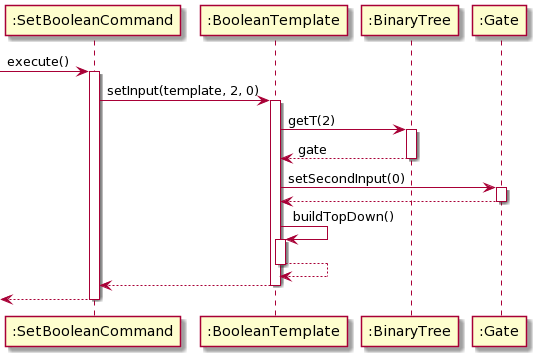
Before: docs/diagrams/SetBooleanCommand.png, a diagram exported from PlantUML (sevenseasofbri/tp).
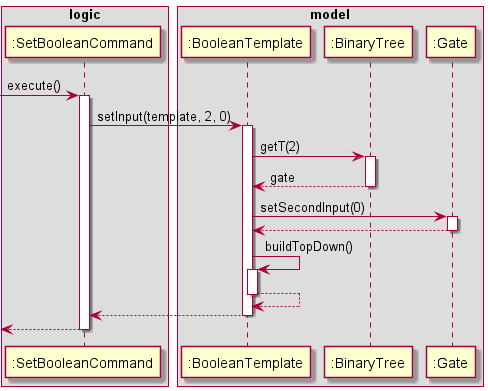
Later version of the same file.

Change to the diagram source:
```diff
@@ -1,31 +1,42 @@
 @startuml
-[-> ":SetBooleanCommand" : execute()
-activate ":SetBooleanCommand"
 
-":SetBooleanCommand" -> ":BooleanTemplate" : setInput(template, 2, 0)
-activate ":BooleanTemplate"
+box logic
+participant ":SetBooleanCommand" as Set
+end box
 
-":BooleanTemplate" -> ":BinaryTree" : getT(2)
-activate ":BinaryTree"
+box model
+participant ":BooleanTemplate" as Bool
+participant ":BinaryTree" as BT
+participant ":Gate" as Gate
+end box
 
-":BinaryTree" --> ":BooleanTemplate" : gate
-deactivate ":BinaryTree"
+[-> Set : execute()
+activate Set
 
-":BooleanTemplate" -> ":Gate" : setSecondInput(0)
-activate ":Gate"
+Set -> Bool : setInput(template, 2, 0)
+activate Bool
 
-":Gate" --> ":BooleanTemplate"
-deactivate ":Gate"
+Bool -> BT : getT(2)
+activate BT
 
-":BooleanTemplate" -> ":BooleanTemplate" : buildTopDown()
-activate ":BooleanTemplate"
+BT --> Bool : gate
+deactivate BT
 
-":BooleanTemplate" --> ":BooleanTemplate"
-deactivate ":BooleanTemplate"
+Bool -> Gate : setSecondInput(0)
+activate Gate
 
-":BooleanTemplate" --> ":SetBooleanCommand"
-deactivate ":BooleanTemplate"
+Gate --> Bool
+deactivate Gate
 
-[<-- ":SetBooleanCommand"
-deactivate ":SetBooleanCommand"
+Bool -> Bool : buildTopDown()
+activate Bool
+
+Bool --> Bool
+deactivate Bool
+
+Bool --> Set
+deactivate Bool
+
+[<-- Set
+deactivate Set
 @enduml
```
